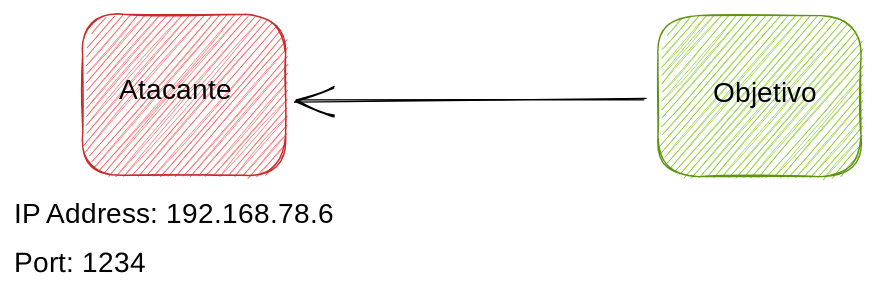
Earlier version of the Excalidraw export .gitbook/assets/file.excalidraw (8).svg (4c65a/Great-Hacker-GitBook). Source tidied: one line per element, renumbered; positions are measured from the earlier drawing's top-left corner, leaving out a move shared by most shapes. Source of this version:
```json
{"id": 0, "type": "rectangle", "strokeColor": "#c92a2a", "backgroundColor": "#fa5252", "fillStyle": "hachure", "strokeWidth": 1, "roughness": 1, "round": true, "x": 49, "y": 0, "width": 145, "height": 115}
{"id": 1, "type": "rectangle", "strokeColor": "#5c940d", "backgroundColor": "#82c91e", "fillStyle": "hachure", "strokeWidth": 1, "roughness": 1, "round": true, "x": 460, "y": 1, "width": 145, "height": 115}
{"id": 2, "type": "arrow", "strokeColor": "#000000", "strokeWidth": 1, "roughness": 1, "endArrowhead": "arrow", "round": true, "from": 1, "to": 0, "x": 451, "y": 61, "width": 249, "height": 0, "points": [[0, 0], [-249, 0]]}
{"id": 3, "type": "text", "text": "Objetivo", "strokeColor": "#000000", "strokeWidth": 1, "roughness": 1, "fontSize": 20, "fontFamily": 1, "x": 499, "y": 45, "width": 79, "height": 25}
{"id": 4, "type": "text", "text": "Atacante", "strokeColor": "#000000", "strokeWidth": 1, "roughness": 1, "fontSize": 20, "fontFamily": 1, "x": 75, "y": 43, "width": 93, "height": 25}
{"id": 5, "type": "text", "text": "IP Address: 192.168.78.6", "strokeColor": "#000000", "strokeWidth": 1, "roughness": 1, "fontSize": 20, "fontFamily": 1, "x": 0, "y": 131, "width": 247, "height": 25}
{"id": 6, "type": "text", "text": "Port: 1234", "strokeColor": "#000000", "angle": 0.0, "strokeWidth": 1, "roughness": 1, "fontSize": 20, "fontFamily": 1, "x": 0, "y": 166, "width": 105, "height": 25}
```
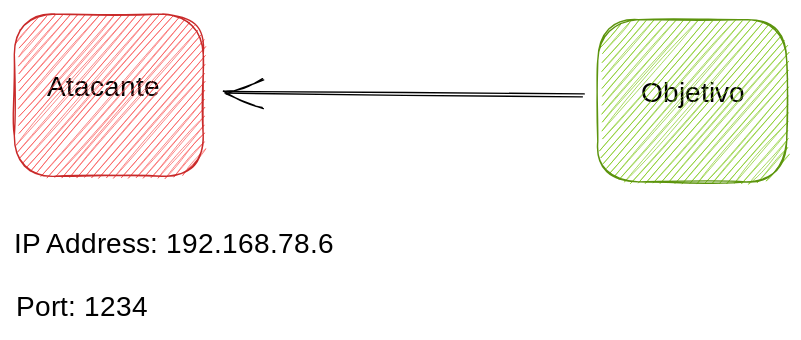
The same diagram one commit later.

Change to the diagram source:
```diff
@@ -1,7 +1,7 @@
-{"id": 0, "type": "rectangle", "strokeColor": "#c92a2a", "backgroundColor": "#fa5252", "fillStyle": "hachure", "strokeWidth": 1, "roughness": 1, "round": true, "x": 49, "y": 0, "width": 145, "height": 115}
-{"id": 1, "type": "rectangle", "strokeColor": "#5c940d", "backgroundColor": "#82c91e", "fillStyle": "hachure", "strokeWidth": 1, "roughness": 1, "round": true, "x": 460, "y": 1, "width": 145, "height": 115}
-{"id": 2, "type": "arrow", "strokeColor": "#000000", "strokeWidth": 1, "roughness": 1, "endArrowhead": "arrow", "round": true, "from": 1, "to": 0, "x": 451, "y": 61, "width": 249, "height": 0, "points": [[0, 0], [-249, 0]]}
-{"id": 3, "type": "text", "text": "Objetivo", "strokeColor": "#000000", "strokeWidth": 1, "roughness": 1, "fontSize": 20, "fontFamily": 1, "x": 499, "y": 45, "width": 79, "height": 25}
+{"id": 3, "type": "text", "text": "Objetivo", "strokeColor": "#000000", "strokeWidth": 1, "roughness": 1, "fontSize": 20, "fontFamily": 1, "x": 464, "y": -84, "width": 79, "height": 25}
-{"id": 4, "type": "text", "text": "Atacante", "strokeColor": "#000000", "strokeWidth": 1, "roughness": 1, "fontSize": 20, "fontFamily": 1, "x": 75, "y": 43, "width": 93, "height": 25}
+{"id": 4, "type": "text", "text": "Atacante", "strokeColor": "#000000", "strokeWidth": 1, "roughness": 1, "fontSize": 20, "fontFamily": 1, "x": 39, "y": -88, "width": 93, "height": 25}
-{"id": 5, "type": "text", "text": "IP Address: 192.168.78.6", "strokeColor": "#000000", "strokeWidth": 1, "roughness": 1, "fontSize": 20, "fontFamily": 1, "x": 0, "y": 131, "width": 247, "height": 25}
+{"id": 5, "type": "text", "text": "IP Address: 192.168.78.6", "strokeColor": "#000000", "strokeWidth": 1, "roughness": 1, "fontSize": 20, "fontFamily": 1, "x": 16, "y": 24, "width": 247, "height": 25}
+{"id": 7, "type": "rectangle", "strokeColor": "#c92a2a", "backgroundColor": "#fa5252", "fillStyle": "hachure", "strokeWidth": 1, "roughness": 1, "round": true, "x": 16, "y": -129, "width": 135, "height": 116}
+{"id": 8, "type": "rectangle", "strokeColor": "#5c940d", "backgroundColor": "#82c91e", "fillStyle": "hachure", "strokeWidth": 1, "roughness": 1, "round": true, "x": 433, "y": -125, "width": 135, "height": 116}
-{"id": 6, "type": "text", "text": "Port: 1234", "strokeColor": "#000000", "angle": 0.0, "strokeWidth": 1, "roughness": 1, "fontSize": 20, "fontFamily": 1, "x": 0, "y": 166, "width": 105, "height": 25}
+{"id": 6, "type": "text", "text": "Port: 1234", "strokeColor": "#000000", "strokeWidth": 1, "roughness": 1, "fontSize": 20, "fontFamily": 1, "x": 17, "y": 69, "width": 105, "height": 25}
+{"id": 9, "type": "arrow", "strokeColor": "#000000", "strokeWidth": 1, "roughness": 1, "endArrowhead": "arrow", "round": true, "from": 8, "to": 7, "x": 423, "y": -71, "width": 255, "height": 2, "points": [[0, 0], [-255, -2]]}
```
